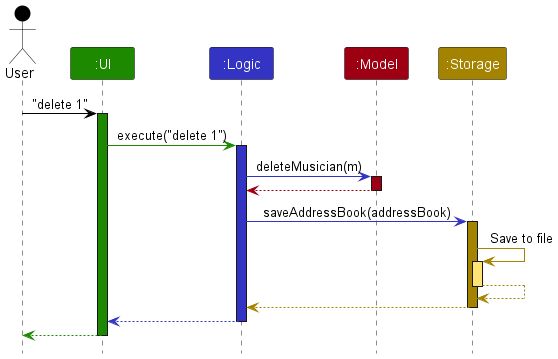
The PlantUML diagram docs/images/uml/ArchitectureSequenceDiagram.png in nus-cs2103-AY2324S1/tp, before a commit. Its diagram source:
```plantuml
@startuml
!include style.puml
skinparam ArrowFontStyle plain

Actor User as user USER_COLOR
Participant ":UI" as ui UI_COLOR
Participant ":Logic" as logic LOGIC_COLOR
Participant ":Model" as model MODEL_COLOR
Participant ":Storage" as storage STORAGE_COLOR

user -[USER_COLOR]> ui : "delete 1"
activate ui UI_COLOR

ui -[UI_COLOR]> logic : execute("delete 1")
activate logic LOGIC_COLOR

logic -[LOGIC_COLOR]> model : deleteMusician(m)
activate model MODEL_COLOR

model -[MODEL_COLOR]-> logic
deactivate model

logic -[LOGIC_COLOR]> storage : saveAddressBook(addressBook)
activate storage STORAGE_COLOR

storage -[STORAGE_COLOR]> storage : Save to file
activate storage STORAGE_COLOR_T1
storage --[STORAGE_COLOR]> storage
deactivate storage

storage --[STORAGE_COLOR]> logic
deactivate storage

logic --[LOGIC_COLOR]> ui
deactivate logic

ui--[UI_COLOR]> user
deactivate ui
@enduml
```
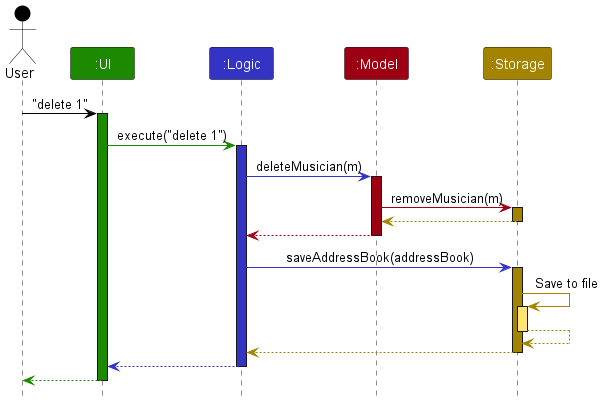
The same diagram one commit later.

Change to the diagram source:
```diff
@@ -16,6 +16,12 @@
 
 logic -[LOGIC_COLOR]> model : deleteMusician(m)
 activate model MODEL_COLOR
+
+model -[MODEL_COLOR]> storage : removeMusician(m)
+activate storage STORAGE_COLOR
+
+storage --[STORAGE_COLOR]> model
+deactivate storage
 
 model -[MODEL_COLOR]-> logic
 deactivate model
```
